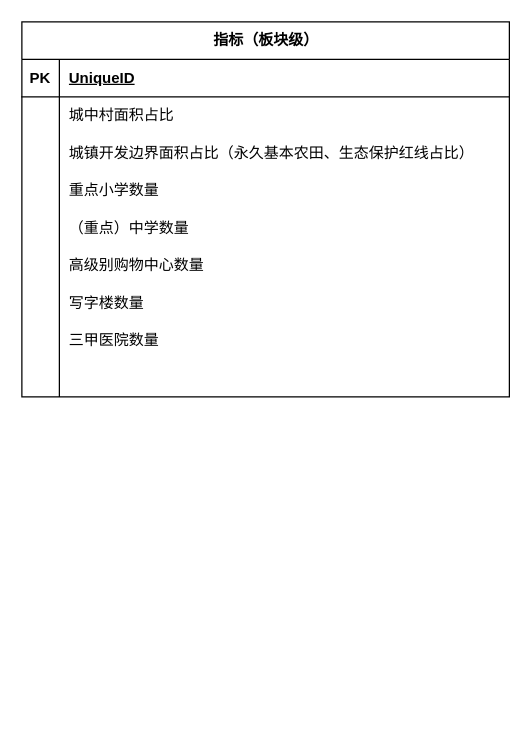
Claudi-cy/Shenzhen_real-estate keeps this draw.io diagram as 未命名绘图.drawio. Above is the earlier version. Source tidied: cells renumbered, new cells numbered last; positions are measured from the earlier drawing's top-left corner, leaving out a move shared by most shapes. Both pictures are drawn from the tidied source at 125%, with x=0, y=0 at pixel (21, 21).
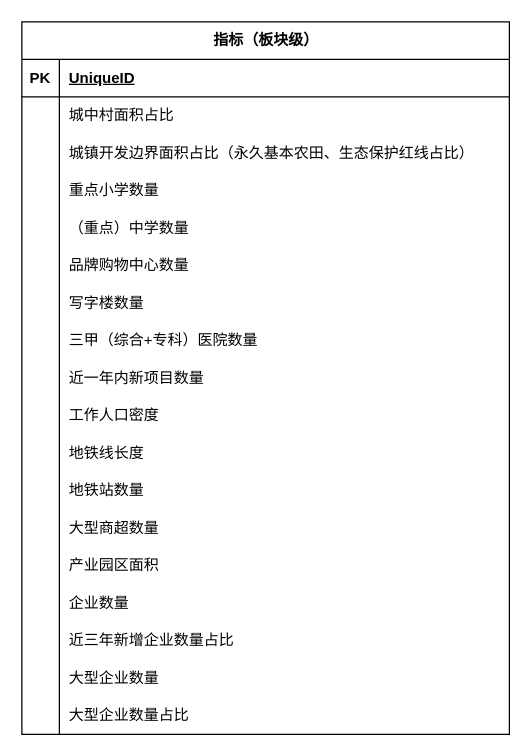
The same diagram, later.

Commit message:
更新未命名绘图.drawio

The change refers to these unchanged cells:
```xml
<mxCell id="18" style="shape=tableRow;horizontal=0;startSize=0;swimlaneHead=0;swimlaneBody=0;fillColor=none;top=0;left=0;right=0;bottom=0;" parent="2" vertex="1">
  <mxGeometry y="180" width="390" height="30" as="geometry" />
</mxCell>
<mxCell id="24" style="shape=tableRow;horizontal=0;startSize=0;swimlaneHead=0;swimlaneBody=0;fillColor=none;top=0;left=0;right=0;bottom=0;" parent="2" vertex="1">
  <mxGeometry y="240" width="390" height="30" as="geometry" />
</mxCell>
<mxCell id="27" style="shape=tableRow;horizontal=0;startSize=0;swimlaneHead=0;swimlaneBody=0;fillColor=none;top=0;left=0;right=0;bottom=0;" parent="2" vertex="1">
  <mxGeometry y="270" width="390" height="30" as="geometry" />
</mxCell>
```

What changed in the source:
```diff
@@
     <mxCell id="2" value="指标（板块级）" style="shape=table;startSize=30;childLayout=tableLayout;rowLines=0;fontStyle=1;align=center;html=1;" parent="1" vertex="1">
-      <mxGeometry width="390" height="300" as="geometry" />
+      <mxGeometry width="390" height="570" as="geometry" />
     </mxCell>
@@
-    <mxCell id="20" value="高级别购物中心数量" style="shape=partialRectangle;fillColor=none;top=0;left=0;bottom=0;right=0;align=left;spacingLeft=6;overflow=hidden;whiteSpace=wrap;html=1;" parent="18" vertex="1">
+    <mxCell id="20" value="品牌购物中心数量" style="shape=partialRectangle;fillColor=none;top=0;left=0;bottom=0;right=0;align=left;spacingLeft=6;overflow=hidden;whiteSpace=wrap;html=1;" parent="18" vertex="1">
       <mxGeometry x="30" width="360" height="30" as="geometry" />
     </mxCell>
@@
-    <mxCell id="26" value="三甲医院数量" style="shape=partialRectangle;fillColor=none;top=0;left=0;bottom=0;right=0;align=left;spacingLeft=6;overflow=hidden;whiteSpace=wrap;html=1;" parent="24" vertex="1">
+    <mxCell id="26" value="三甲（综合+专科）医院数量" style="shape=partialRectangle;fillColor=none;top=0;left=0;bottom=0;right=0;align=left;spacingLeft=6;overflow=hidden;whiteSpace=wrap;html=1;" parent="24" vertex="1">
       <mxGeometry x="30" width="360" height="30" as="geometry" />
     </mxCell>
@@
-    <mxCell id="29" style="shape=partialRectangle;fillColor=none;top=0;left=0;bottom=0;right=0;align=left;spacingLeft=6;overflow=hidden;whiteSpace=wrap;html=1;" parent="27" vertex="1">
+    <mxCell id="29" value="近一年内新项目数量" style="shape=partialRectangle;fillColor=none;top=0;left=0;bottom=0;right=0;align=left;spacingLeft=6;overflow=hidden;whiteSpace=wrap;html=1;" parent="27" vertex="1">
       <mxGeometry x="30" width="360" height="30" as="geometry" />
     </mxCell>
+    <mxCell id="30" style="shape=tableRow;horizontal=0;startSize=0;swimlaneHead=0;swimlaneBody=0;fillColor=none;top=0;left=0;right=0;bottom=0;" parent="2" vertex="1">
+      <mxGeometry y="300" width="390" height="30" as="geometry" />
+    </mxCell>
+    <mxCell id="31" style="shape=partialRectangle;fillColor=none;top=0;left=0;bottom=0;right=0;overflow=hidden;whiteSpace=wrap;html=1;" parent="30" vertex="1">
+      <mxGeometry width="30" height="30" as="geometry" />
+    </mxCell>
+    <mxCell id="32" value="工作人口密度" style="shape=partialRectangle;fillColor=none;top=0;left=0;bottom=0;right=0;align=left;spacingLeft=6;overflow=hidden;whiteSpace=wrap;html=1;" parent="30" vertex="1">
+      <mxGeometry x="30" width="360" height="30" as="geometry" />
+    </mxCell>
+    <mxCell id="33" style="shape=tableRow;horizontal=0;startSize=0;swimlaneHead=0;swimlaneBody=0;fillColor=none;top=0;left=0;right=0;bottom=0;" parent="2" vertex="1">
+      <mxGeometry y="330" width="390" height="30" as="geometry" />
+    </mxCell>
+    <mxCell id="34" style="shape=partialRectangle;fillColor=none;top=0;left=0;bottom=0;right=0;overflow=hidden;whiteSpace=wrap;html=1;" parent="33" vertex="1">
+      <mxGeometry width="30" height="30" as="geometry" />
+    </mxCell>
+    <mxCell id="35" value="地铁线长度" style="shape=partialRectangle;fillColor=none;top=0;left=0;bottom=0;right=0;align=left;spacingLeft=6;overflow=hidden;whiteSpace=wrap;html=1;" parent="33" vertex="1">
+      <mxGeometry x="30" width="360" height="30" as="geometry" />
+    </mxCell>
+    <mxCell id="36" style="shape=tableRow;horizontal=0;startSize=0;swimlaneHead=0;swimlaneBody=0;fillColor=none;top=0;left=0;right=0;bottom=0;" parent="2" vertex="1">
+      <mxGeometry y="360" width="390" height="30" as="geometry" />
+    </mxCell>
+    <mxCell id="37" style="shape=partialRectangle;fillColor=none;top=0;left=0;bottom=0;right=0;overflow=hidden;whiteSpace=wrap;html=1;" parent="36" vertex="1">
+      <mxGeometry width="30" height="30" as="geometry" />
+    </mxCell>
+    <mxCell id="38" value="地铁站数量" style="shape=partialRectangle;fillColor=none;top=0;left=0;bottom=0;right=0;align=left;spacingLeft=6;overflow=hidden;whiteSpace=wrap;html=1;" parent="36" vertex="1">
+      <mxGeometry x="30" width="360" height="30" as="geometry" />
+    </mxCell>
+    <mxCell id="39" style="shape=tableRow;horizontal=0;startSize=0;swimlaneHead=0;swimlaneBody=0;fillColor=none;top=0;left=0;right=0;bottom=0;" parent="2" vertex="1">
+      <mxGeometry y="390" width="390" height="30" as="geometry" />
+    </mxCell>
+    <mxCell id="40" style="shape=partialRectangle;fillColor=none;top=0;left=0;bottom=0;right=0;overflow=hidden;whiteSpace=wrap;html=1;" parent="39" vertex="1">
+      <mxGeometry width="30" height="30" as="geometry" />
+    </mxCell>
+    <mxCell id="41" value="大型商超数量" style="shape=partialRectangle;fillColor=none;top=0;left=0;bottom=0;right=0;align=left;spacingLeft=6;overflow=hidden;whiteSpace=wrap;html=1;" parent="39" vertex="1">
+      <mxGeometry x="30" width="360" height="30" as="geometry" />
+    </mxCell>
+    <mxCell id="42" style="shape=tableRow;horizontal=0;startSize=0;swimlaneHead=0;swimlaneBody=0;fillColor=none;top=0;left=0;right=0;bottom=0;" parent="2" vertex="1">
+      <mxGeometry y="420" width="390" height="30" as="geometry" />
+    </mxCell>
+    <mxCell id="43" style="shape=partialRectangle;fillColor=none;top=0;left=0;bottom=0;right=0;overflow=hidden;whiteSpace=wrap;html=1;" parent="42" vertex="1">
+      <mxGeometry width="30" height="30" as="geometry" />
+    </mxCell>
+    <mxCell id="44" value="产业园区面积" style="shape=partialRectangle;fillColor=none;top=0;left=0;bottom=0;right=0;align=left;spacingLeft=6;overflow=hidden;whiteSpace=wrap;html=1;" parent="42" vertex="1">
+      <mxGeometry x="30" width="360" height="30" as="geometry" />
+    </mxCell>
+    <mxCell id="45" style="shape=tableRow;horizontal=0;startSize=0;swimlaneHead=0;swimlaneBody=0;fillColor=none;top=0;left=0;right=0;bottom=0;" parent="2" vertex="1">
+      <mxGeometry y="450" width="390" height="30" as="geometry" />
+    </mxCell>
+    <mxCell id="46" style="shape=partialRectangle;fillColor=none;top=0;left=0;bottom=0;right=0;overflow=hidden;whiteSpace=wrap;html=1;" parent="45" vertex="1">
+      <mxGeometry width="30" height="30" as="geometry" />
+    </mxCell>
+    <mxCell id="47" value="企业数量" style="shape=partialRectangle;fillColor=none;top=0;left=0;bottom=0;right=0;align=left;spacingLeft=6;overflow=hidden;whiteSpace=wrap;html=1;" parent="45" vertex="1">
+      <mxGeometry x="30" width="360" height="30" as="geometry" />
+    </mxCell>
+    <mxCell id="48" style="shape=tableRow;horizontal=0;startSize=0;swimlaneHead=0;swimlaneBody=0;fillColor=none;top=0;left=0;right=0;bottom=0;" parent="2" vertex="1">
+      <mxGeometry y="480" width="390" height="30" as="geometry" />
+    </mxCell>
+    <mxCell id="49" style="shape=partialRectangle;fillColor=none;top=0;left=0;bottom=0;right=0;overflow=hidden;whiteSpace=wrap;html=1;" parent="48" vertex="1">
+      <mxGeometry width="30" height="30" as="geometry" />
+    </mxCell>
+    <mxCell id="50" value="近三年新增企业数量占比" style="shape=partialRectangle;fillColor=none;top=0;left=0;bottom=0;right=0;align=left;spacingLeft=6;overflow=hidden;whiteSpace=wrap;html=1;" parent="48" vertex="1">
+      <mxGeometry x="30" width="360" height="30" as="geometry" />
+    </mxCell>
+    <mxCell id="51" style="shape=tableRow;horizontal=0;startSize=0;swimlaneHead=0;swimlaneBody=0;fillColor=none;top=0;left=0;right=0;bottom=0;" parent="2" vertex="1">
+      <mxGeometry y="510" width="390" height="30" as="geometry" />
+    </mxCell>
+    <mxCell id="52" style="shape=partialRectangle;fillColor=none;top=0;left=0;bottom=0;right=0;overflow=hidden;whiteSpace=wrap;html=1;" parent="51" vertex="1">
+      <mxGeometry width="30" height="30" as="geometry" />
+    </mxCell>
+    <mxCell id="53" value="大型企业数量" style="shape=partialRectangle;fillColor=none;top=0;left=0;bottom=0;right=0;align=left;spacingLeft=6;overflow=hidden;whiteSpace=wrap;html=1;" parent="51" vertex="1">
+      <mxGeometry x="30" width="360" height="30" as="geometry" />
+    </mxCell>
+    <mxCell id="54" style="shape=tableRow;horizontal=0;startSize=0;swimlaneHead=0;swimlaneBody=0;fillColor=none;top=0;left=0;right=0;bottom=0;" parent="2" vertex="1">
+      <mxGeometry y="540" width="390" height="30" as="geometry" />
+    </mxCell>
+    <mxCell id="55" style="shape=partialRectangle;fillColor=none;top=0;left=0;bottom=0;right=0;overflow=hidden;whiteSpace=wrap;html=1;" parent="54" vertex="1">
+      <mxGeometry width="30" height="30" as="geometry" />
+    </mxCell>
+    <mxCell id="56" value="大型企业数量占比" style="shape=partialRectangle;fillColor=none;top=0;left=0;bottom=0;right=0;align=left;spacingLeft=6;overflow=hidden;whiteSpace=wrap;html=1;" parent="54" vertex="1">
+      <mxGeometry x="30" width="360" height="30" as="geometry" />
+    </mxCell>
```
